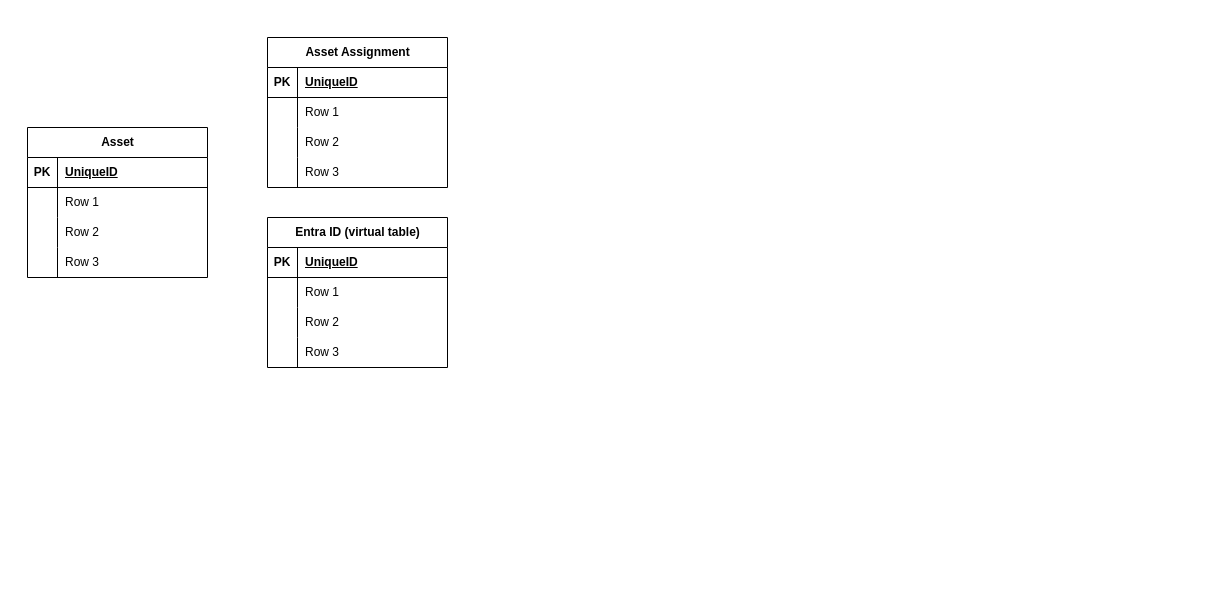
Earlier version of the draw.io diagram Untitled Diagram.drawio (DigPacksPhilMVP/AssetManagement). Source tidied: cells renumbered, new cells numbered last; positions are measured from the earlier drawing's top-left corner, leaving out a move shared by most shapes. Both pictures are drawn from the tidied source at 100%, with x=0, y=0 at pixel (27, 37).
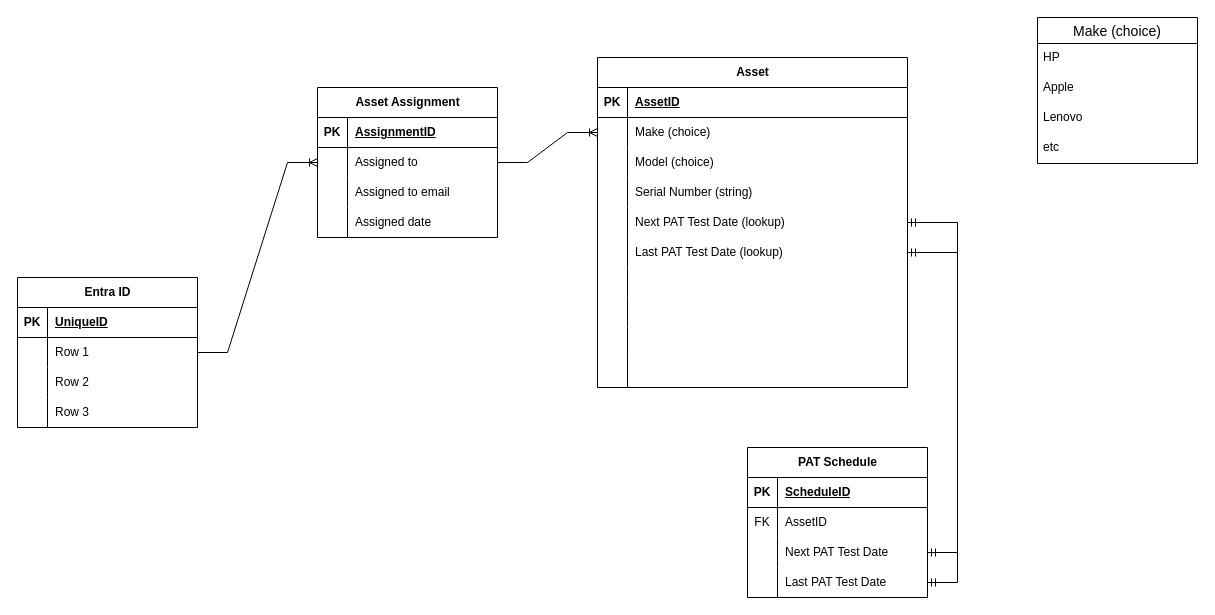
After the change.

The change refers to these unchanged cells:
```xml
<mxCell id="6" style="shape=tableRow;horizontal=0;startSize=0;swimlaneHead=0;swimlaneBody=0;fillColor=none;points=[[0,0.5],[1,0.5]];portConstraint=eastwest;top=0;left=0;right=0;bottom=0;" parent="2" vertex="1">
  <mxGeometry y="60" width="180" height="30" as="geometry" />
</mxCell>
<mxCell id="16" style="shape=tableRow;horizontal=0;startSize=0;swimlaneHead=0;swimlaneBody=0;fillColor=none;top=0;left=0;right=0;bottom=1;" parent="15" vertex="1">
  <mxGeometry y="30" width="180" height="30" as="geometry" />
</mxCell>
<mxCell id="19" style="shape=tableRow;horizontal=0;startSize=0;swimlaneHead=0;swimlaneBody=0;fillColor=none;points=[[0,0.5],[1,0.5]];portConstraint=eastwest;top=0;left=0;right=0;bottom=0;" parent="15" vertex="1">
  <mxGeometry y="60" width="180" height="30" as="geometry" />
</mxCell>
<mxCell id="22" style="shape=tableRow;horizontal=0;startSize=0;swimlaneHead=0;swimlaneBody=0;fillColor=none;top=0;left=0;right=0;bottom=0;" parent="15" vertex="1">
  <mxGeometry y="90" width="180" height="30" as="geometry" />
</mxCell>
<mxCell id="25" style="shape=tableRow;horizontal=0;startSize=0;swimlaneHead=0;swimlaneBody=0;fillColor=none;top=0;left=0;right=0;bottom=0;" parent="15" vertex="1">
  <mxGeometry y="120" width="180" height="30" as="geometry" />
</mxCell>
```

Change to the diagram source:
```diff
@@
-    <mxCell id="2" value="Asset" style="shape=table;startSize=30;childLayout=tableLayout;rowLines=0;fontStyle=1;align=center;html=1;" parent="1" vertex="1">
-      <mxGeometry y="90" width="180" height="150" as="geometry" />
+    <mxCell id="2" value="Entra ID" style="shape=table;startSize=30;childLayout=tableLayout;rowLines=0;fontStyle=1;align=center;html=1;" parent="1" vertex="1">
+      <mxGeometry x="-10" y="240" width="180" height="150" as="geometry" />
     </mxCell>
@@
     <mxCell id="15" value="Asset Assignment" style="shape=table;startSize=30;childLayout=tableLayout;rowLines=0;fontStyle=1;align=center;html=1;" parent="1" vertex="1">
-      <mxGeometry x="240" width="180" height="150" as="geometry" />
+      <mxGeometry x="290" y="50" width="180" height="150" as="geometry" />
     </mxCell>
@@
-    <mxCell id="18" value="UniqueID" style="shape=partialRectangle;fillColor=none;top=0;left=0;bottom=0;right=0;align=left;spacingLeft=6;fontStyle=5;overflow=hidden;whiteSpace=wrap;html=1;" parent="16" vertex="1">
+    <mxCell id="18" value="AssignmentID" style="shape=partialRectangle;fillColor=none;top=0;left=0;bottom=0;right=0;align=left;spacingLeft=6;fontStyle=5;overflow=hidden;whiteSpace=wrap;html=1;" parent="16" vertex="1">
       <mxGeometry x="30" width="150" height="30" as="geometry" />
     </mxCell>
@@
-    <mxCell id="21" value="Row 1" style="shape=partialRectangle;fillColor=none;top=0;left=0;bottom=0;right=0;align=left;spacingLeft=6;overflow=hidden;whiteSpace=wrap;html=1;" parent="19" vertex="1">
+    <mxCell id="21" value="Assigned to" style="shape=partialRectangle;fillColor=none;top=0;left=0;bottom=0;right=0;align=left;spacingLeft=6;overflow=hidden;whiteSpace=wrap;html=1;" parent="19" vertex="1">
       <mxGeometry x="30" width="150" height="30" as="geometry" />
     </mxCell>
@@
-    <mxCell id="24" value="Row 2" style="shape=partialRectangle;fillColor=none;top=0;left=0;bottom=0;right=0;align=left;spacingLeft=6;overflow=hidden;whiteSpace=wrap;html=1;" parent="22" vertex="1">
+    <mxCell id="24" value="Assigned to email" style="shape=partialRectangle;fillColor=none;top=0;left=0;bottom=0;right=0;align=left;spacingLeft=6;overflow=hidden;whiteSpace=wrap;html=1;" parent="22" vertex="1">
       <mxGeometry x="30" width="150" height="30" as="geometry" />
     </mxCell>
@@
-    <mxCell id="27" value="Row 3" style="shape=partialRectangle;fillColor=none;top=0;left=0;bottom=0;right=0;align=left;spacingLeft=6;overflow=hidden;whiteSpace=wrap;html=1;" parent="25" vertex="1">
+    <mxCell id="27" value="Assigned date" style="shape=partialRectangle;fillColor=none;top=0;left=0;bottom=0;right=0;align=left;spacingLeft=6;overflow=hidden;whiteSpace=wrap;html=1;" parent="25" vertex="1">
       <mxGeometry x="30" width="150" height="30" as="geometry" />
     </mxCell>
-    <mxCell id="28" value="Entra ID (virtual table)" style="shape=table;startSize=30;childLayout=tableLayout;rowLines=0;fontStyle=1;align=center;html=1;" parent="1" vertex="1">
-      <mxGeometry x="240" y="180" width="180" height="150" as="geometry" />
+    <mxCell id="28" value="Asset" style="shape=table;startSize=30;childLayout=tableLayout;rowLines=0;fontStyle=1;align=center;html=1;" parent="1" vertex="1">
+      <mxGeometry x="570" y="20" width="310" height="330" as="geometry" />
     </mxCell>
     <mxCell id="29" style="shape=tableRow;horizontal=0;startSize=0;swimlaneHead=0;swimlaneBody=0;fillColor=none;top=0;left=0;right=0;bottom=1;" parent="28" vertex="1">
-      <mxGeometry y="30" width="180" height="30" as="geometry" />
+      <mxGeometry y="30" width="310" height="30" as="geometry" />
     </mxCell>
@@
-    <mxCell id="31" value="UniqueID" style="shape=partialRectangle;fillColor=none;top=0;left=0;bottom=0;right=0;align=left;spacingLeft=6;fontStyle=5;overflow=hidden;whiteSpace=wrap;html=1;" parent="29" vertex="1">
-      <mxGeometry x="30" width="150" height="30" as="geometry" />
+    <mxCell id="31" value="AssetID" style="shape=partialRectangle;fillColor=none;top=0;left=0;bottom=0;right=0;align=left;spacingLeft=6;fontStyle=5;overflow=hidden;whiteSpace=wrap;html=1;" parent="29" vertex="1">
+      <mxGeometry x="30" width="280" height="30" as="geometry" />
     </mxCell>
     <mxCell id="32" style="shape=tableRow;horizontal=0;startSize=0;swimlaneHead=0;swimlaneBody=0;fillColor=none;points=[[0,0.5],[1,0.5]];portConstraint=eastwest;top=0;left=0;right=0;bottom=0;" parent="28" vertex="1">
-      <mxGeometry y="60" width="180" height="30" as="geometry" />
+      <mxGeometry y="60" width="310" height="30" as="geometry" />
     </mxCell>
@@
-    <mxCell id="34" value="Row 1" style="shape=partialRectangle;fillColor=none;top=0;left=0;bottom=0;right=0;align=left;spacingLeft=6;overflow=hidden;whiteSpace=wrap;html=1;" parent="32" vertex="1">
-      <mxGeometry x="30" width="150" height="30" as="geometry" />
+    <mxCell id="34" value="Make (choice)" style="shape=partialRectangle;fillColor=none;top=0;left=0;bottom=0;right=0;align=left;spacingLeft=6;overflow=hidden;whiteSpace=wrap;html=1;" parent="32" vertex="1">
+      <mxGeometry x="30" width="280" height="30" as="geometry" />
     </mxCell>
     <mxCell id="35" style="shape=tableRow;horizontal=0;startSize=0;swimlaneHead=0;swimlaneBody=0;fillColor=none;top=0;left=0;right=0;bottom=0;" parent="28" vertex="1">
-      <mxGeometry y="90" width="180" height="30" as="geometry" />
+      <mxGeometry y="90" width="310" height="30" as="geometry" />
     </mxCell>
@@
-    <mxCell id="37" value="Row 2" style="shape=partialRectangle;fillColor=none;top=0;left=0;bottom=0;right=0;align=left;spacingLeft=6;overflow=hidden;whiteSpace=wrap;html=1;" parent="35" vertex="1">
-      <mxGeometry x="30" width="150" height="30" as="geometry" />
+    <mxCell id="37" value="Model (choice)" style="shape=partialRectangle;fillColor=none;top=0;left=0;bottom=0;right=0;align=left;spacingLeft=6;overflow=hidden;whiteSpace=wrap;html=1;" parent="35" vertex="1">
+      <mxGeometry x="30" width="280" height="30" as="geometry" />
     </mxCell>
     <mxCell id="38" style="shape=tableRow;horizontal=0;startSize=0;swimlaneHead=0;swimlaneBody=0;fillColor=none;top=0;left=0;right=0;bottom=0;" parent="28" vertex="1">
-      <mxGeometry y="120" width="180" height="30" as="geometry" />
+      <mxGeometry y="120" width="310" height="30" as="geometry" />
     </mxCell>
@@
-    <mxCell id="40" value="Row 3" style="shape=partialRectangle;fillColor=none;top=0;left=0;bottom=0;right=0;align=left;spacingLeft=6;overflow=hidden;whiteSpace=wrap;html=1;" parent="38" vertex="1">
-      <mxGeometry x="30" width="150" height="30" as="geometry" />
+    <mxCell id="40" value="Serial Number (string)" style="shape=partialRectangle;fillColor=none;top=0;left=0;bottom=0;right=0;align=left;spacingLeft=6;overflow=hidden;whiteSpace=wrap;html=1;" parent="38" vertex="1">
+      <mxGeometry x="30" width="280" height="30" as="geometry" />
     </mxCell>
+    <mxCell id="41" style="shape=tableRow;horizontal=0;startSize=0;swimlaneHead=0;swimlaneBody=0;fillColor=none;points=[[0,0.5],[1,0.5]];portConstraint=eastwest;top=0;left=0;right=0;bottom=0;" parent="28" vertex="1">
+      <mxGeometry y="150" width="310" height="30" as="geometry" />
+    </mxCell>
+    <mxCell id="42" style="shape=partialRectangle;fillColor=none;top=0;left=0;bottom=0;right=0;overflow=hidden;whiteSpace=wrap;html=1;" parent="41" vertex="1">
+      <mxGeometry width="30" height="30" as="geometry" />
+    </mxCell>
+    <mxCell id="43" value="Next PAT Test Date (lookup)" style="shape=partialRectangle;fillColor=none;top=0;left=0;bottom=0;right=0;align=left;spacingLeft=6;overflow=hidden;whiteSpace=wrap;html=1;" parent="41" vertex="1">
+      <mxGeometry x="30" width="280" height="30" as="geometry" />
+    </mxCell>
+    <mxCell id="44" style="shape=tableRow;horizontal=0;startSize=0;swimlaneHead=0;swimlaneBody=0;fillColor=none;points=[[0,0.5],[1,0.5]];portConstraint=eastwest;top=0;left=0;right=0;bottom=0;" parent="28" vertex="1">
+      <mxGeometry y="180" width="310" height="30" as="geometry" />
+    </mxCell>
+    <mxCell id="45" style="shape=partialRectangle;fillColor=none;top=0;left=0;bottom=0;right=0;overflow=hidden;whiteSpace=wrap;html=1;" parent="44" vertex="1">
+      <mxGeometry width="30" height="30" as="geometry" />
+    </mxCell>
+    <mxCell id="46" value="Last PAT Test Date (lookup)" style="shape=partialRectangle;fillColor=none;top=0;left=0;bottom=0;right=0;align=left;spacingLeft=6;overflow=hidden;whiteSpace=wrap;html=1;" parent="44" vertex="1">
+      <mxGeometry x="30" width="280" height="30" as="geometry" />
+    </mxCell>
+    <mxCell id="47" style="shape=tableRow;horizontal=0;startSize=0;swimlaneHead=0;swimlaneBody=0;fillColor=none;top=0;left=0;right=0;bottom=0;" parent="28" vertex="1">
+      <mxGeometry y="210" width="310" height="30" as="geometry" />
+    </mxCell>
+    <mxCell id="48" style="shape=partialRectangle;fillColor=none;top=0;left=0;bottom=0;right=0;overflow=hidden;whiteSpace=wrap;html=1;" parent="47" vertex="1">
+      <mxGeometry width="30" height="30" as="geometry" />
+    </mxCell>
+    <mxCell id="49" style="shape=partialRectangle;fillColor=none;top=0;left=0;bottom=0;right=0;align=left;spacingLeft=6;overflow=hidden;whiteSpace=wrap;html=1;" parent="47" vertex="1">
+      <mxGeometry x="30" width="280" height="30" as="geometry" />
+    </mxCell>
+    <mxCell id="50" style="shape=tableRow;horizontal=0;startSize=0;swimlaneHead=0;swimlaneBody=0;fillColor=none;top=0;left=0;right=0;bottom=0;" parent="28" vertex="1">
+      <mxGeometry y="240" width="310" height="30" as="geometry" />
+    </mxCell>
+    <mxCell id="51" style="shape=partialRectangle;fillColor=none;top=0;left=0;bottom=0;right=0;overflow=hidden;whiteSpace=wrap;html=1;" parent="50" vertex="1">
+      <mxGeometry width="30" height="30" as="geometry" />
+    </mxCell>
+    <mxCell id="52" style="shape=partialRectangle;fillColor=none;top=0;left=0;bottom=0;right=0;align=left;spacingLeft=6;overflow=hidden;whiteSpace=wrap;html=1;" parent="50" vertex="1">
+      <mxGeometry x="30" width="280" height="30" as="geometry" />
+    </mxCell>
+    <mxCell id="53" style="shape=tableRow;horizontal=0;startSize=0;swimlaneHead=0;swimlaneBody=0;fillColor=none;top=0;left=0;right=0;bottom=0;" parent="28" vertex="1">
+      <mxGeometry y="270" width="310" height="30" as="geometry" />
+    </mxCell>
+    <mxCell id="54" style="shape=partialRectangle;fillColor=none;top=0;left=0;bottom=0;right=0;overflow=hidden;whiteSpace=wrap;html=1;" parent="53" vertex="1">
+      <mxGeometry width="30" height="30" as="geometry" />
+    </mxCell>
+    <mxCell id="55" style="shape=partialRectangle;fillColor=none;top=0;left=0;bottom=0;right=0;align=left;spacingLeft=6;overflow=hidden;whiteSpace=wrap;html=1;" parent="53" vertex="1">
+      <mxGeometry x="30" width="280" height="30" as="geometry" />
+    </mxCell>
+    <mxCell id="56" style="shape=tableRow;horizontal=0;startSize=0;swimlaneHead=0;swimlaneBody=0;fillColor=none;top=0;left=0;right=0;bottom=0;" parent="28" vertex="1">
+      <mxGeometry y="300" width="310" height="30" as="geometry" />
+    </mxCell>
+    <mxCell id="57" style="shape=partialRectangle;fillColor=none;top=0;left=0;bottom=0;right=0;overflow=hidden;whiteSpace=wrap;html=1;" parent="56" vertex="1">
+      <mxGeometry width="30" height="30" as="geometry" />
+    </mxCell>
+    <mxCell id="58" style="shape=partialRectangle;fillColor=none;top=0;left=0;bottom=0;right=0;align=left;spacingLeft=6;overflow=hidden;whiteSpace=wrap;html=1;" parent="56" vertex="1">
+      <mxGeometry x="30" width="280" height="30" as="geometry" />
+    </mxCell>
+    <mxCell id="59" style="edgeStyle=entityRelationEdgeStyle;fontSize=12;html=1;endArrow=ERoneToMany;rounded=0;entryX=0;entryY=0.5;entryDx=0;entryDy=0;exitX=1;exitY=0.5;exitDx=0;exitDy=0;" parent="1" edge="1" source="6" target="19">
+      <mxGeometry relative="1" as="geometry" />
+    </mxCell>
+    <mxCell id="60" style="edgeStyle=entityRelationEdgeStyle;fontSize=12;html=1;endArrow=ERoneToMany;rounded=0;exitX=1;exitY=0.5;exitDx=0;exitDy=0;entryX=0;entryY=0.5;entryDx=0;entryDy=0;" parent="1" edge="1" source="19" target="32">
+      <mxGeometry relative="1" as="geometry" />
+    </mxCell>
+    <mxCell id="61" value="PAT Schedule" style="shape=table;startSize=30;childLayout=tableLayout;rowLines=0;fontStyle=1;align=center;html=1;" parent="1" vertex="1">
+      <mxGeometry x="720" y="410" width="180" height="150" as="geometry" />
+    </mxCell>
+    <mxCell id="62" style="shape=tableRow;horizontal=0;startSize=0;swimlaneHead=0;swimlaneBody=0;fillColor=none;top=0;left=0;right=0;bottom=1;" parent="61" vertex="1">
+      <mxGeometry y="30" width="180" height="30" as="geometry" />
+    </mxCell>
+    <mxCell id="63" value="PK" style="shape=partialRectangle;fillColor=none;top=0;left=0;bottom=0;right=0;fontStyle=1;overflow=hidden;whiteSpace=wrap;html=1;" parent="62" vertex="1">
+      <mxGeometry width="30" height="30" as="geometry" />
+    </mxCell>
+    <mxCell id="64" value="ScheduleID" style="shape=partialRectangle;fillColor=none;top=0;left=0;bottom=0;right=0;align=left;spacingLeft=6;fontStyle=5;overflow=hidden;whiteSpace=wrap;html=1;" parent="62" vertex="1">
+      <mxGeometry x="30" width="150" height="30" as="geometry" />
+    </mxCell>
+    <mxCell id="65" style="shape=tableRow;horizontal=0;startSize=0;swimlaneHead=0;swimlaneBody=0;fillColor=none;top=0;left=0;right=0;bottom=0;" parent="61" vertex="1">
+      <mxGeometry y="60" width="180" height="30" as="geometry" />
+    </mxCell>
+    <mxCell id="66" value="FK" style="shape=partialRectangle;fillColor=none;top=0;left=0;bottom=0;right=0;overflow=hidden;whiteSpace=wrap;html=1;" parent="65" vertex="1">
+      <mxGeometry width="30" height="30" as="geometry" />
+    </mxCell>
+    <mxCell id="67" value="AssetID" style="shape=partialRectangle;fillColor=none;top=0;left=0;bottom=0;right=0;align=left;spacingLeft=6;overflow=hidden;whiteSpace=wrap;html=1;" parent="65" vertex="1">
+      <mxGeometry x="30" width="150" height="30" as="geometry" />
+    </mxCell>
+    <mxCell id="68" style="shape=tableRow;horizontal=0;startSize=0;swimlaneHead=0;swimlaneBody=0;fillColor=none;top=0;left=0;right=0;bottom=0;" parent="61" vertex="1">
+      <mxGeometry y="90" width="180" height="30" as="geometry" />
+    </mxCell>
+    <mxCell id="69" style="shape=partialRectangle;fillColor=none;top=0;left=0;bottom=0;right=0;overflow=hidden;whiteSpace=wrap;html=1;" parent="68" vertex="1">
+      <mxGeometry width="30" height="30" as="geometry" />
+    </mxCell>
+    <mxCell id="70" value="Next PAT Test Date" style="shape=partialRectangle;fillColor=none;top=0;left=0;bottom=0;right=0;align=left;spacingLeft=6;overflow=hidden;whiteSpace=wrap;html=1;" parent="68" vertex="1">
+      <mxGeometry x="30" width="150" height="30" as="geometry" />
+    </mxCell>
+    <mxCell id="71" style="shape=tableRow;horizontal=0;startSize=0;swimlaneHead=0;swimlaneBody=0;fillColor=none;top=0;left=0;right=0;bottom=0;" parent="61" vertex="1">
+      <mxGeometry y="120" width="180" height="30" as="geometry" />
+    </mxCell>
+    <mxCell id="72" style="shape=partialRectangle;fillColor=none;top=0;left=0;bottom=0;right=0;overflow=hidden;whiteSpace=wrap;html=1;" parent="71" vertex="1">
+      <mxGeometry width="30" height="30" as="geometry" />
+    </mxCell>
+    <mxCell id="73" value="Last PAT Test Date" style="shape=partialRectangle;fillColor=none;top=0;left=0;bottom=0;right=0;align=left;spacingLeft=6;overflow=hidden;whiteSpace=wrap;html=1;" parent="71" vertex="1">
+      <mxGeometry x="30" width="150" height="30" as="geometry" />
+    </mxCell>
+    <mxCell id="74" style="edgeStyle=entityRelationEdgeStyle;fontSize=12;html=1;endArrow=ERmandOne;startArrow=ERmandOne;rounded=0;entryX=1;entryY=0.5;entryDx=0;entryDy=0;" parent="1" edge="1" target="41">
+      <mxGeometry relative="1" as="geometry">
+        <mxPoint x="900" y="515" as="sourcePoint" />
+        <Array as="points">
+          <mxPoint x="910" y="570" />
+          <mxPoint x="810" y="380" />
+          <mxPoint x="590" y="220" />
+        </Array>
+      </mxGeometry>
+    </mxCell>
+    <mxCell id="75" style="edgeStyle=entityRelationEdgeStyle;fontSize=12;html=1;endArrow=ERmandOne;startArrow=ERmandOne;rounded=0;entryX=1;entryY=0.5;entryDx=0;entryDy=0;" parent="1" edge="1" target="44">
+      <mxGeometry relative="1" as="geometry">
+        <mxPoint x="900" y="545" as="sourcePoint" />
+      </mxGeometry>
+    </mxCell>
+    <mxCell id="76" value="Make (choice)" style="swimlane;fontStyle=0;horizontal=1;startSize=26;align=center;fontSize=14;" parent="1" vertex="1">
+      <mxGeometry x="1010" y="-20" width="160" height="146" as="geometry" />
+    </mxCell>
+    <mxCell id="77" value="HP" style="text;strokeColor=none;fillColor=none;spacingLeft=4;spacingRight=4;overflow=hidden;fontSize=12;whiteSpace=wrap;html=1;" parent="76" vertex="1">
+      <mxGeometry y="26" width="160" height="30" as="geometry" />
+    </mxCell>
+    <mxCell id="78" value="Apple" style="text;strokeColor=none;fillColor=none;spacingLeft=4;spacingRight=4;overflow=hidden;fontSize=12;whiteSpace=wrap;html=1;" parent="76" vertex="1">
+      <mxGeometry y="56" width="160" height="30" as="geometry" />
+    </mxCell>
+    <mxCell id="79" value="Lenovo" style="text;strokeColor=none;fillColor=none;spacingLeft=4;spacingRight=4;overflow=hidden;fontSize=12;whiteSpace=wrap;html=1;" parent="76" vertex="1">
+      <mxGeometry y="86" width="160" height="30" as="geometry" />
+    </mxCell>
+    <mxCell id="80" value="etc" style="text;strokeColor=none;fillColor=none;spacingLeft=4;spacingRight=4;overflow=hidden;fontSize=12;whiteSpace=wrap;html=1;" parent="76" vertex="1">
+      <mxGeometry y="116" width="160" height="30" as="geometry" />
+    </mxCell>
```
